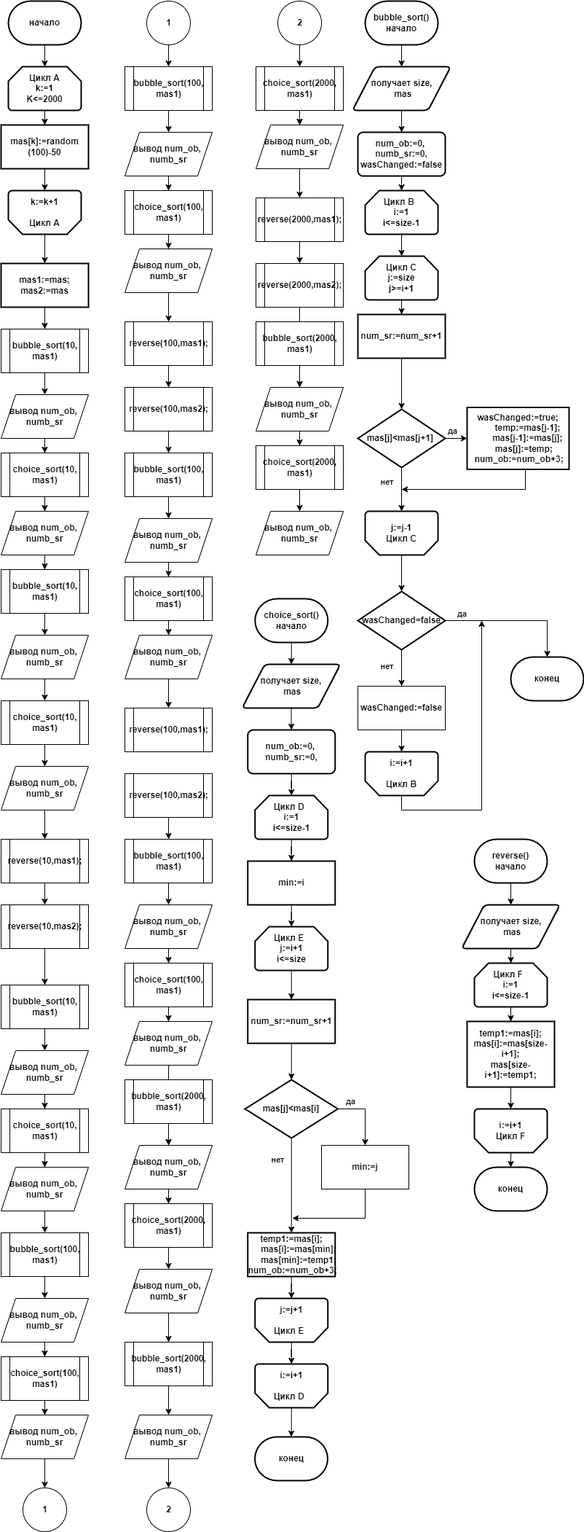
The draw.io diagram lab-5.png in MarkOstapchuk/lab-5, before a commit. Source tidied: cells renumbered, new cells last; positions are measured from the earlier drawing's top-left corner, leaving out a move shared by most shapes.
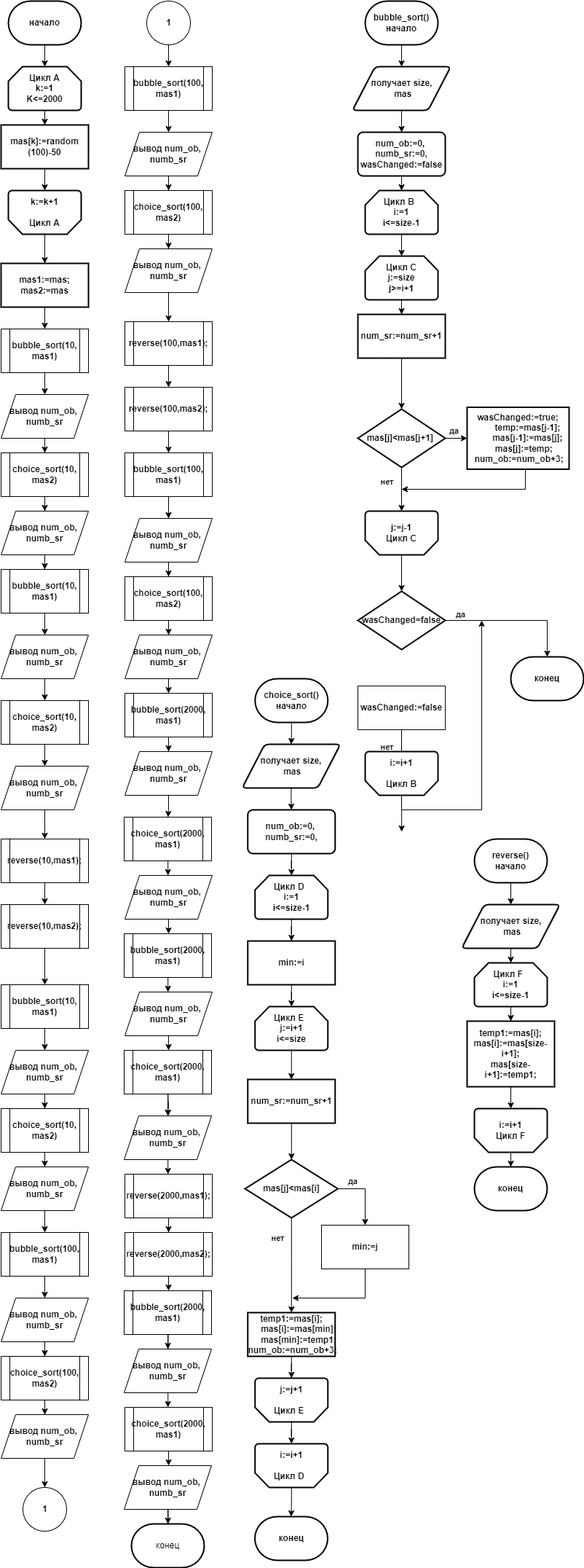
After the change.

The edit, as a diff of the source:
```diff
@@ -49,3 +49,3 @@
     </mxCell>
-    <mxCell id="17" value="choice_sort(10, mas1)" style="shape=process;whiteSpace=wrap;html=1;backgroundOutline=1;fontStyle=1;" parent="1" vertex="1">
+    <mxCell id="17" value="choice_sort(10, mas2)" style="shape=process;whiteSpace=wrap;html=1;backgroundOutline=1;fontStyle=1;" parent="1" vertex="1">
       <mxGeometry y="620" width="120" height="60" as="geometry" />
@@ -73,3 +73,3 @@
     </mxCell>
-    <mxCell id="25" value="choice_sort(10, mas1)" style="shape=process;whiteSpace=wrap;html=1;backgroundOutline=1;fontStyle=1;" parent="1" vertex="1">
+    <mxCell id="25" value="choice_sort(10, mas2)" style="shape=process;whiteSpace=wrap;html=1;backgroundOutline=1;fontStyle=1;" parent="1" vertex="1">
       <mxGeometry y="960" width="120" height="60" as="geometry" />
@@ -109,3 +109,3 @@
     </mxCell>
-    <mxCell id="37" value="choice_sort(10, mas1)" style="shape=process;whiteSpace=wrap;html=1;backgroundOutline=1;fontStyle=1;" parent="1" vertex="1">
+    <mxCell id="37" value="choice_sort(10, mas2)" style="shape=process;whiteSpace=wrap;html=1;backgroundOutline=1;fontStyle=1;" parent="1" vertex="1">
       <mxGeometry y="1520" width="120" height="60" as="geometry" />
@@ -133,3 +133,3 @@
     </mxCell>
-    <mxCell id="45" value="choice_sort(100, mas1)" style="shape=process;whiteSpace=wrap;html=1;backgroundOutline=1;fontStyle=1;" parent="1" vertex="1">
+    <mxCell id="45" value="choice_sort(100, mas2)" style="shape=process;whiteSpace=wrap;html=1;backgroundOutline=1;fontStyle=1;" parent="1" vertex="1">
       <mxGeometry y="1860" width="120" height="60" as="geometry" />
@@ -166,3 +166,3 @@
     </mxCell>
-    <mxCell id="56" value="choice_sort(100, mas1)" style="shape=process;whiteSpace=wrap;html=1;backgroundOutline=1;fontStyle=1;" parent="1" vertex="1">
+    <mxCell id="56" value="choice_sort(100, mas2)" style="shape=process;whiteSpace=wrap;html=1;backgroundOutline=1;fontStyle=1;" parent="1" vertex="1">
       <mxGeometry x="170" y="260" width="120" height="60" as="geometry" />
@@ -202,8 +202,5 @@
     </mxCell>
-    <mxCell id="68" value="choice_sort(100, mas1)" style="shape=process;whiteSpace=wrap;html=1;backgroundOutline=1;fontStyle=1;" parent="1" vertex="1">
+    <mxCell id="68" value="choice_sort(100, mas2)" style="shape=process;whiteSpace=wrap;html=1;backgroundOutline=1;fontStyle=1;" parent="1" vertex="1">
       <mxGeometry x="170" y="790" width="120" height="60" as="geometry" />
     </mxCell>
-    <mxCell id="69" style="edgeStyle=orthogonalEdgeStyle;rounded=0;jettySize=auto;html=1;fontStyle=1;" parent="1" edge="1" source="70" target="71">
-      <mxGeometry relative="1" as="geometry" />
-    </mxCell>
     <mxCell id="70" value="вывод num_ob,&amp;nbsp;&lt;br&gt;numb_sr" style="shape=parallelogram;perimeter=parallelogramPerimeter;whiteSpace=wrap;html=1;fixedSize=1;fontStyle=1;" parent="1" vertex="1">
@@ -211,35 +208,5 @@
     </mxCell>
-    <mxCell id="71" value="reverse(100,mas1);" style="shape=process;whiteSpace=wrap;html=1;backgroundOutline=1;fontStyle=1;" parent="1" vertex="1">
-      <mxGeometry x="170" y="970" width="120" height="60" as="geometry" />
-    </mxCell>
-    <mxCell id="72" style="edgeStyle=orthogonalEdgeStyle;rounded=0;jettySize=auto;html=1;fontStyle=1;" parent="1" edge="1" source="73" target="75">
-      <mxGeometry relative="1" as="geometry" />
-    </mxCell>
-    <mxCell id="73" value="reverse(100,mas2);" style="shape=process;whiteSpace=wrap;html=1;backgroundOutline=1;fontStyle=1;" parent="1" vertex="1">
-      <mxGeometry x="170" y="1060" width="120" height="60" as="geometry" />
-    </mxCell>
-    <mxCell id="74" style="edgeStyle=orthogonalEdgeStyle;rounded=0;jettySize=auto;html=1;fontStyle=1;" parent="1" edge="1" source="75" target="77">
-      <mxGeometry relative="1" as="geometry" />
-    </mxCell>
-    <mxCell id="75" value="bubble_sort(100, mas1)" style="shape=process;whiteSpace=wrap;html=1;backgroundOutline=1;fontStyle=1;" parent="1" vertex="1">
-      <mxGeometry x="170" y="1150" width="120" height="60" as="geometry" />
-    </mxCell>
-    <mxCell id="76" style="edgeStyle=orthogonalEdgeStyle;rounded=0;jettySize=auto;html=1;fontStyle=1;" parent="1" edge="1" source="77" target="79">
-      <mxGeometry relative="1" as="geometry" />
-    </mxCell>
-    <mxCell id="77" value="вывод num_ob,&amp;nbsp;&lt;br&gt;numb_sr" style="shape=parallelogram;perimeter=parallelogramPerimeter;whiteSpace=wrap;html=1;fixedSize=1;fontStyle=1;" parent="1" vertex="1">
-      <mxGeometry x="170" y="1240" width="120" height="60" as="geometry" />
-    </mxCell>
-    <mxCell id="78" style="edgeStyle=orthogonalEdgeStyle;rounded=0;jettySize=auto;html=1;fontStyle=1;" parent="1" edge="1" source="79" target="81">
-      <mxGeometry relative="1" as="geometry" />
-    </mxCell>
-    <mxCell id="79" value="choice_sort(100, mas1)" style="shape=process;whiteSpace=wrap;html=1;backgroundOutline=1;fontStyle=1;" parent="1" vertex="1">
-      <mxGeometry x="170" y="1320" width="120" height="60" as="geometry" />
-    </mxCell>
-    <mxCell id="80" style="edgeStyle=orthogonalEdgeStyle;rounded=0;jettySize=auto;html=1;fontStyle=1;" parent="1" edge="1" source="81" target="85">
+    <mxCell id="80" style="edgeStyle=orthogonalEdgeStyle;rounded=0;jettySize=auto;html=1;fontStyle=1;entryX=0.5;entryY=0;entryDx=0;entryDy=0;exitX=0.5;exitY=1;exitDx=0;exitDy=0;" parent="1" edge="1" source="70" target="83">
       <mxGeometry relative="1" as="geometry" />
     </mxCell>
-    <mxCell id="81" value="вывод num_ob,&amp;nbsp;&lt;br&gt;numb_sr" style="shape=parallelogram;perimeter=parallelogramPerimeter;whiteSpace=wrap;html=1;fixedSize=1;fontStyle=1;" parent="1" vertex="1">
-      <mxGeometry x="170" y="1400" width="120" height="60" as="geometry" />
-    </mxCell>
     <mxCell id="82" style="edgeStyle=orthogonalEdgeStyle;rounded=0;jettySize=auto;html=1;fontStyle=1;" parent="1" edge="1" source="83" target="85">
@@ -248,3 +215,3 @@
     <mxCell id="83" value="bubble_sort(2000, mas1)" style="shape=process;whiteSpace=wrap;html=1;backgroundOutline=1;fontStyle=1;" parent="1" vertex="1">
-      <mxGeometry x="170" y="1480" width="120" height="60" as="geometry" />
+      <mxGeometry x="170" y="950" width="120" height="60" as="geometry" />
     </mxCell>
@@ -254,3 +221,3 @@
     <mxCell id="85" value="вывод num_ob,&amp;nbsp;&lt;br&gt;numb_sr" style="shape=parallelogram;perimeter=parallelogramPerimeter;whiteSpace=wrap;html=1;fixedSize=1;fontStyle=1;" parent="1" vertex="1">
-      <mxGeometry x="170" y="1570" width="120" height="60" as="geometry" />
+      <mxGeometry x="170" y="1030" width="120" height="60" as="geometry" />
     </mxCell>
@@ -260,3 +227,3 @@
     <mxCell id="87" value="choice_sort(2000, mas1)" style="shape=process;whiteSpace=wrap;html=1;backgroundOutline=1;fontStyle=1;" parent="1" vertex="1">
-      <mxGeometry x="170" y="1650" width="120" height="60" as="geometry" />
+      <mxGeometry x="169" y="1120" width="120" height="60" as="geometry" />
     </mxCell>
@@ -266,3 +233,3 @@
     <mxCell id="89" value="вывод num_ob,&amp;nbsp;&lt;br&gt;numb_sr" style="shape=parallelogram;perimeter=parallelogramPerimeter;whiteSpace=wrap;html=1;fixedSize=1;fontStyle=1;" parent="1" vertex="1">
-      <mxGeometry x="170" y="1740" width="120" height="60" as="geometry" />
+      <mxGeometry x="170" y="1200" width="120" height="60" as="geometry" />
     </mxCell>
@@ -272,5 +239,5 @@
     <mxCell id="91" value="bubble_sort(2000, mas1)" style="shape=process;whiteSpace=wrap;html=1;backgroundOutline=1;fontStyle=1;" parent="1" vertex="1">
-      <mxGeometry x="170" y="1840" width="120" height="60" as="geometry" />
+      <mxGeometry x="169" y="1280" width="120" height="60" as="geometry" />
     </mxCell>
-    <mxCell id="92" style="edgeStyle=orthogonalEdgeStyle;rounded=0;jettySize=auto;html=1;fontStyle=1;" parent="1" edge="1" source="93" target="101">
+    <mxCell id="92" style="edgeStyle=orthogonalEdgeStyle;rounded=0;jettySize=auto;html=1;fontStyle=1;entryX=0.5;entryY=0;entryDx=0;entryDy=0;" parent="1" edge="1" source="93" target="96">
       <mxGeometry relative="1" as="geometry" />
@@ -278,3 +245,3 @@
     <mxCell id="93" value="вывод num_ob,&amp;nbsp;&lt;br&gt;numb_sr" style="shape=parallelogram;perimeter=parallelogramPerimeter;whiteSpace=wrap;html=1;fixedSize=1;fontStyle=1;" parent="1" vertex="1">
-      <mxGeometry x="170" y="1940" width="120" height="60" as="geometry" />
+      <mxGeometry x="170" y="1360" width="120" height="60" as="geometry" />
     </mxCell>
@@ -287,3 +254,3 @@
     <mxCell id="96" value="choice_sort(2000, mas1)" style="shape=process;whiteSpace=wrap;html=1;backgroundOutline=1;fontStyle=1;" parent="1" vertex="1">
-      <mxGeometry x="350" y="90" width="120" height="60" as="geometry" />
+      <mxGeometry x="169" y="1440" width="120" height="60" as="geometry" />
     </mxCell>
@@ -293,15 +260,4 @@
     <mxCell id="98" value="вывод num_ob,&amp;nbsp;&lt;br&gt;numb_sr" style="shape=parallelogram;perimeter=parallelogramPerimeter;whiteSpace=wrap;html=1;fixedSize=1;fontStyle=1;" parent="1" vertex="1">
-      <mxGeometry x="350" y="170" width="120" height="60" as="geometry" />
+      <mxGeometry x="169" y="1530" width="120" height="60" as="geometry" />
     </mxCell>
-    <mxCell id="99" style="edgeStyle=orthogonalEdgeStyle;rounded=0;jettySize=auto;html=1;fontStyle=1;" parent="1" edge="1" source="100">
-      <mxGeometry relative="1" as="geometry">
-        <mxPoint x="410" y="90" as="targetPoint" />
-      </mxGeometry>
-    </mxCell>
-    <mxCell id="100" value="2" style="verticalLabelPosition=middle;verticalAlign=middle;html=1;shape=mxgraph.flowchart.on-page_reference;labelPosition=center;align=center;fontStyle=1;" parent="1" vertex="1">
-      <mxGeometry x="380" width="60" height="60" as="geometry" />
-    </mxCell>
-    <mxCell id="101" value="2" style="verticalLabelPosition=middle;verticalAlign=middle;html=1;shape=mxgraph.flowchart.on-page_reference;labelPosition=center;align=center;fontStyle=1;" parent="1" vertex="1">
-      <mxGeometry x="200" y="2040" width="60" height="60" as="geometry" />
-    </mxCell>
     <mxCell id="102" style="edgeStyle=orthogonalEdgeStyle;rounded=0;jettySize=auto;html=1;fontStyle=1;" parent="1" edge="1" source="103" target="105">
@@ -310,5 +266,5 @@
     <mxCell id="103" value="reverse(2000,mas1);" style="shape=process;whiteSpace=wrap;html=1;backgroundOutline=1;fontStyle=1;" parent="1" vertex="1">
-      <mxGeometry x="350" y="270" width="120" height="60" as="geometry" />
+      <mxGeometry x="170" y="1610" width="120" height="60" as="geometry" />
     </mxCell>
-    <mxCell id="104" style="edgeStyle=orthogonalEdgeStyle;rounded=0;jettySize=auto;html=1;fontStyle=1;" parent="1" edge="1" source="105" target="109">
+    <mxCell id="104" style="edgeStyle=orthogonalEdgeStyle;rounded=0;jettySize=auto;html=1;fontStyle=1;entryX=0.5;entryY=0;entryDx=0;entryDy=0;" parent="1" edge="1" source="105" target="107">
       <mxGeometry relative="1" as="geometry" />
@@ -316,5 +272,5 @@
     <mxCell id="105" value="reverse(2000,mas2);" style="shape=process;whiteSpace=wrap;html=1;backgroundOutline=1;fontStyle=1;" parent="1" vertex="1">
-      <mxGeometry x="350" y="360" width="120" height="60" as="geometry" />
+      <mxGeometry x="170" y="1690" width="120" height="60" as="geometry" />
     </mxCell>
-    <mxCell id="106" style="edgeStyle=orthogonalEdgeStyle;rounded=0;jettySize=auto;html=1;fontStyle=1;" parent="1" edge="1" source="107" target="109">
+    <mxCell id="106" style="edgeStyle=orthogonalEdgeStyle;rounded=0;jettySize=auto;html=1;fontStyle=1;entryX=0.5;entryY=0;entryDx=0;entryDy=0;" parent="1" edge="1" source="107" target="109">
       <mxGeometry relative="1" as="geometry" />
@@ -322,3 +278,3 @@
     <mxCell id="107" value="bubble_sort(2000, mas1)" style="shape=process;whiteSpace=wrap;html=1;backgroundOutline=1;fontStyle=1;" parent="1" vertex="1">
-      <mxGeometry x="350" y="440" width="120" height="60" as="geometry" />
+      <mxGeometry x="169" y="1770" width="120" height="60" as="geometry" />
     </mxCell>
@@ -328,3 +284,3 @@
     <mxCell id="109" value="вывод num_ob,&amp;nbsp;&lt;br&gt;numb_sr" style="shape=parallelogram;perimeter=parallelogramPerimeter;whiteSpace=wrap;html=1;fixedSize=1;fontStyle=1;" parent="1" vertex="1">
-      <mxGeometry x="350" y="530" width="120" height="60" as="geometry" />
+      <mxGeometry x="169" y="1850" width="120" height="60" as="geometry" />
     </mxCell>
@@ -334,6 +290,9 @@
     <mxCell id="111" value="choice_sort(2000, mas1)" style="shape=process;whiteSpace=wrap;html=1;backgroundOutline=1;fontStyle=1;" parent="1" vertex="1">
-      <mxGeometry x="350" y="610" width="120" height="60" as="geometry" />
+      <mxGeometry x="170" y="1930" width="120" height="60" as="geometry" />
     </mxCell>
+    <mxCell id="178" style="edgeStyle=orthogonalEdgeStyle;rounded=0;jettySize=auto;html=1;" parent="1" edge="1" source="112" target="179">
+      <mxGeometry relative="1" as="geometry" />
+    </mxCell>
     <mxCell id="112" value="вывод num_ob,&amp;nbsp;&lt;br&gt;numb_sr" style="shape=parallelogram;perimeter=parallelogramPerimeter;whiteSpace=wrap;html=1;fixedSize=1;fontStyle=1;" parent="1" vertex="1">
-      <mxGeometry x="350" y="700" width="120" height="60" as="geometry" />
+      <mxGeometry x="169" y="2010" width="120" height="60" as="geometry" />
     </mxCell>
@@ -363,4 +322,7 @@
     </mxCell>
-    <mxCell id="121" value="нет" style="endArrow=classic;html=1;rounded=0;exitX=0.5;exitY=1;exitDx=0;exitDy=0;entryX=0.5;entryY=0;entryDx=0;entryDy=0;fontStyle=1;" parent="1" edge="1" source="137" target="140">
-      <mxGeometry x="-0.09" y="-20" relative="1" as="geometry" />
+    <mxCell id="121" value="нет" style="endArrow=classic;html=1;rounded=0;exitX=0.5;exitY=1;exitDx=0;exitDy=0;entryX=0.5;entryY=0;entryDx=0;entryDy=0;fontStyle=1;" parent="1" edge="1">
+      <mxGeometry x="-0.09" y="-20" relative="1" as="geometry">
+        <mxPoint x="550" y="1000" as="sourcePoint" />
+        <mxPoint x="550" y="1050" as="targetPoint" />
+      </mxGeometry>
     </mxCell>
@@ -426,4 +388,7 @@
     </mxCell>
-    <mxCell id="139" style="edgeStyle=orthogonalEdgeStyle;rounded=0;jettySize=auto;html=1;fontStyle=1;" parent="1" edge="1" source="140" target="123">
-      <mxGeometry relative="1" as="geometry" />
+    <mxCell id="139" style="edgeStyle=orthogonalEdgeStyle;rounded=0;orthogonalLoop=1;jettySize=auto;html=1;fontStyle=1;" parent="1" edge="1">
+      <mxGeometry relative="1" as="geometry">
+        <mxPoint x="550.1" y="1110" as="sourcePoint" />
+        <mxPoint x="550.1" y="1140" as="targetPoint" />
+      </mxGeometry>
     </mxCell>
@@ -436,3 +401,3 @@
     <mxCell id="142" value="choice_sort()&lt;br&gt;начало" style="strokeWidth=2;html=1;shape=mxgraph.flowchart.terminator;whiteSpace=wrap;fontStyle=1;" parent="1" vertex="1">
-      <mxGeometry x="348.8" y="820" width="100" height="60" as="geometry" />
+      <mxGeometry x="348.8" y="930" width="100" height="60" as="geometry" />
     </mxCell>
@@ -442,3 +407,3 @@
     <mxCell id="144" value="получает size,&lt;br&gt;&amp;nbsp;mas" style="shape=parallelogram;html=1;strokeWidth=2;perimeter=parallelogramPerimeter;whiteSpace=wrap;rounded=1;arcSize=12;size=0.23;fontStyle=1;" parent="1" vertex="1">
-      <mxGeometry x="331" y="910" width="135" height="60" as="geometry" />
+      <mxGeometry x="331" y="1020" width="135" height="60" as="geometry" />
     </mxCell>
@@ -448,3 +413,3 @@
     <mxCell id="146" value="num_ob:=0,&amp;nbsp;&lt;br&gt;numb_sr:=0," style="whiteSpace=wrap;html=1;strokeWidth=2;rounded=1;arcSize=12;fontStyle=1;" parent="1" vertex="1">
-      <mxGeometry x="338.8" y="1000" width="120" height="60" as="geometry" />
+      <mxGeometry x="338.8" y="1110" width="120" height="60" as="geometry" />
     </mxCell>
@@ -454,3 +419,3 @@
     <mxCell id="148" value="Цикл D&amp;nbsp;&amp;nbsp;&lt;br&gt;i:=1&lt;br&gt;i&amp;lt;=size-1" style="strokeWidth=2;html=1;shape=mxgraph.flowchart.loop_limit;whiteSpace=wrap;fontStyle=1;" parent="1" vertex="1">
-      <mxGeometry x="348.8" y="1090" width="100" height="60" as="geometry" />
+      <mxGeometry x="348.8" y="1200" width="100" height="60" as="geometry" />
     </mxCell>
@@ -460,3 +425,3 @@
     <mxCell id="150" value="min:=i" style="whiteSpace=wrap;html=1;strokeWidth=2;fontStyle=1;" parent="1" vertex="1">
-      <mxGeometry x="338.8" y="1180" width="120" height="60" as="geometry" />
+      <mxGeometry x="338.8" y="1290" width="120" height="60" as="geometry" />
     </mxCell>
@@ -466,3 +431,3 @@
     <mxCell id="152" value="Цикл E&amp;nbsp;&amp;nbsp;&lt;br&gt;j:=i+1&lt;br&gt;i&amp;lt;=size" style="strokeWidth=2;html=1;shape=mxgraph.flowchart.loop_limit;whiteSpace=wrap;fontStyle=1;" parent="1" vertex="1">
-      <mxGeometry x="348.8" y="1270" width="100" height="60" as="geometry" />
+      <mxGeometry x="348.8" y="1380" width="100" height="60" as="geometry" />
     </mxCell>
@@ -472,3 +437,3 @@
     <mxCell id="154" value="num_sr:=num_sr+1" style="whiteSpace=wrap;html=1;strokeWidth=2;fontStyle=1;" parent="1" vertex="1">
-      <mxGeometry x="338.8" y="1370" width="120" height="60" as="geometry" />
+      <mxGeometry x="338.8" y="1480" width="120" height="60" as="geometry" />
     </mxCell>
@@ -477,3 +442,3 @@
         <Array as="points">
-          <mxPoint x="500" y="1520" />
+          <mxPoint x="500" y="1630" />
         </Array>
@@ -485,3 +450,3 @@
     <mxCell id="157" value="mas[j]&amp;lt;mas[i]" style="rhombus;whiteSpace=wrap;html=1;strokeWidth=2;fontStyle=1;" parent="1" vertex="1">
-      <mxGeometry x="335" y="1480" width="127.5" height="80" as="geometry" />
+      <mxGeometry x="335" y="1590" width="127.5" height="80" as="geometry" />
     </mxCell>
@@ -489,5 +454,5 @@
       <mxGeometry relative="1" as="geometry">
-        <mxPoint x="400" y="1670" as="targetPoint" />
+        <mxPoint x="400" y="1780" as="targetPoint" />
         <Array as="points">
-          <mxPoint x="500" y="1670" />
+          <mxPoint x="500" y="1780" />
         </Array>
@@ -496,3 +461,3 @@
     <mxCell id="159" value="min:=j" style="rounded=0;whiteSpace=wrap;html=1;fontStyle=1;" parent="1" vertex="1">
-      <mxGeometry x="440" y="1570" width="120" height="60" as="geometry" />
+      <mxGeometry x="440" y="1680" width="120" height="60" as="geometry" />
     </mxCell>
@@ -502,3 +467,3 @@
     <mxCell id="161" value="&lt;div&gt;temp1:=mas[i];&lt;/div&gt;&lt;div&gt;&amp;nbsp; &amp;nbsp; &amp;nbsp; mas[i]:=mas[min];&lt;/div&gt;&lt;div&gt;&amp;nbsp; &amp;nbsp; &amp;nbsp; mas[min]:=temp1;&lt;/div&gt;&lt;div&gt;&amp;nbsp;num_ob:=num_ob+3;&lt;/div&gt;" style="whiteSpace=wrap;html=1;strokeWidth=2;fontStyle=1;" parent="1" vertex="1">
-      <mxGeometry x="338.8" y="1690" width="120" height="60" as="geometry" />
+      <mxGeometry x="338.8" y="1800" width="120" height="60" as="geometry" />
     </mxCell>
@@ -508,3 +473,3 @@
     <mxCell id="163" value="j:=j+1&lt;br&gt;&lt;br&gt;Цикл E&amp;nbsp;&amp;nbsp;" style="strokeWidth=2;html=1;shape=mxgraph.flowchart.loop_limit;whiteSpace=wrap;flipH=1;flipV=1;fontStyle=1;" parent="1" vertex="1">
-      <mxGeometry x="348.8" y="1780" width="100" height="60" as="geometry" />
+      <mxGeometry x="348.8" y="1890" width="100" height="60" as="geometry" />
     </mxCell>
@@ -514,6 +479,6 @@
     <mxCell id="165" value="i:=i+1&lt;br&gt;&lt;br&gt;Цикл D&amp;nbsp;&amp;nbsp;" style="strokeWidth=2;html=1;shape=mxgraph.flowchart.loop_limit;whiteSpace=wrap;flipH=1;flipV=1;fontStyle=1;" parent="1" vertex="1">
-      <mxGeometry x="348.8" y="1870" width="100" height="60" as="geometry" />
+      <mxGeometry x="348.8" y="1980" width="100" height="60" as="geometry" />
     </mxCell>
     <mxCell id="166" value="конец" style="strokeWidth=2;html=1;shape=mxgraph.flowchart.terminator;whiteSpace=wrap;fontStyle=1;" parent="1" vertex="1">
-      <mxGeometry x="348.5" y="1970" width="100" height="60" as="geometry" />
+      <mxGeometry x="348.5" y="2080" width="100" height="60" as="geometry" />
     </mxCell>
@@ -552,2 +517,5 @@
     </mxCell>
+    <mxCell id="179" value="конец" style="strokeWidth=2;html=1;shape=mxgraph.flowchart.terminator;whiteSpace=wrap;" parent="1" vertex="1">
+      <mxGeometry x="179" y="2090" width="100" height="60" as="geometry" />
+    </mxCell>
   </root>
```
